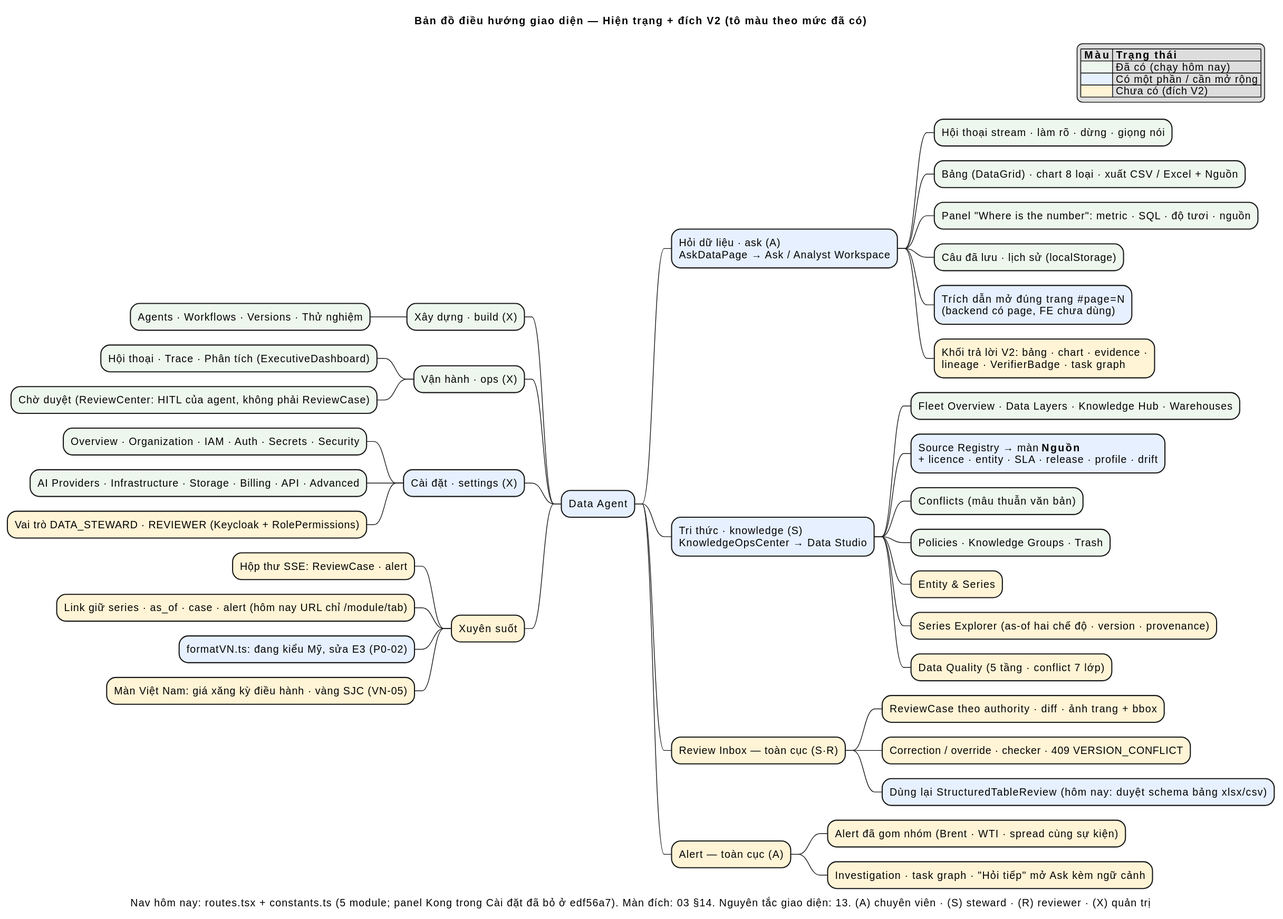
Before: docs/v2/diagrams/20-ui-ia.svg, a diagram exported from PlantUML (affkjuhyt/Data-Agent). Its diagram source:
```plantuml
@startmindmap 20-ui-ia
title Bản đồ điều hướng giao diện — Hiện trạng + đích V2 (tô màu theo mức đã có)
caption Nav hôm nay: routes.tsx + constants.ts (5 module; panel Kong trong Cài đặt đã bỏ ở edf56a7). Màn đích: 03 §14. Nguyên tắc giao diện: 13. (A) chuyên viên · (S) steward · (R) reviewer · (X) quản trị
legend top right
  |= Màu |= Trạng thái |
  |<#EEF7EE> | Đã có (chạy hôm nay) |
  |<#E6F0FF> | Có một phần / cần mở rộng |
  |<#FFF4D6> | Chưa có (đích V2) |
endlegend

*[#E6F0FF] Data Agent

**[#E6F0FF] Hỏi dữ liệu · ask (A)\nAskDataPage → Ask / Analyst Workspace
***[#EEF7EE] Hội thoại stream · làm rõ · dừng · giọng nói
***[#EEF7EE] Bảng (DataGrid) · chart 8 loại · xuất CSV / Excel + Nguồn
***[#EEF7EE] Panel "Where is the number": metric · SQL · độ tươi · nguồn
***[#EEF7EE] Câu đã lưu · lịch sử (localStorage)
***[#E6F0FF] Trích dẫn mở đúng trang #page=N\n(backend có page, FE chưa dùng)
***[#FFF4D6] Khối trả lời V2: bảng · chart · evidence ·\nlineage · VerifierBadge · task graph

**[#E6F0FF] Tri thức · knowledge (S)\nKnowledgeOpsCenter → Data Studio
***[#EEF7EE] Fleet Overview · Data Layers · Knowledge Hub · Warehouses
***[#E6F0FF] Source Registry → màn **Nguồn**\n+ licence · entity · SLA · release · profile · drift
***[#EEF7EE] Conflicts (mâu thuẫn văn bản)
***[#EEF7EE] Policies · Knowledge Groups · Trash
***[#FFF4D6] Entity & Series
***[#FFF4D6] Series Explorer (as-of hai chế độ · version · provenance)
***[#FFF4D6] Data Quality (5 tầng · conflict 7 lớp)

**[#FFF4D6] Review Inbox — toàn cục (S·R)
***[#FFF4D6] ReviewCase theo authority · diff · ảnh trang + bbox
***[#FFF4D6] Correction / override · checker · 409 VERSION_CONFLICT
***[#E6F0FF] Dùng lại StructuredTableReview (hôm nay: duyệt schema bảng xlsx/csv)

**[#FFF4D6] Alert — toàn cục (A)
***[#FFF4D6] Alert đã gom nhóm (Brent · WTI · spread cùng sự kiện)
***[#FFF4D6] Investigation · task graph · "Hỏi tiếp" mở Ask kèm ngữ cảnh

left side

**[#EEF7EE] Xây dựng · build (X)
***[#EEF7EE] Agents · Workflows · Versions · Thử nghiệm

**[#EEF7EE] Vận hành · ops (X)
***[#EEF7EE] Hội thoại · Trace · Phân tích (ExecutiveDashboard)
***[#EEF7EE] Chờ duyệt (ReviewCenter: HITL của agent, không phải ReviewCase)

**[#E6F0FF] Cài đặt · settings (X)
***[#EEF7EE] Overview · Organization · IAM · Auth · Secrets · Security
***[#EEF7EE] AI Providers · Infrastructure · Storage · Billing · API · Advanced
***[#FFF4D6] Vai trò DATA_STEWARD · REVIEWER (Keycloak + RolePermissions)

**[#FFF4D6] Xuyên suốt
***[#FFF4D6] Hộp thư SSE: ReviewCase · alert
***[#FFF4D6] Link giữ series · as_of · case · alert (hôm nay URL chỉ /module/tab)
***[#E6F0FF] formatVN.ts: đang kiểu Mỹ, sửa E3 (P0-02)
***[#FFF4D6] Màn Việt Nam: giá xăng kỳ điều hành · vàng SJC (VN-05)
@endmindmap
```
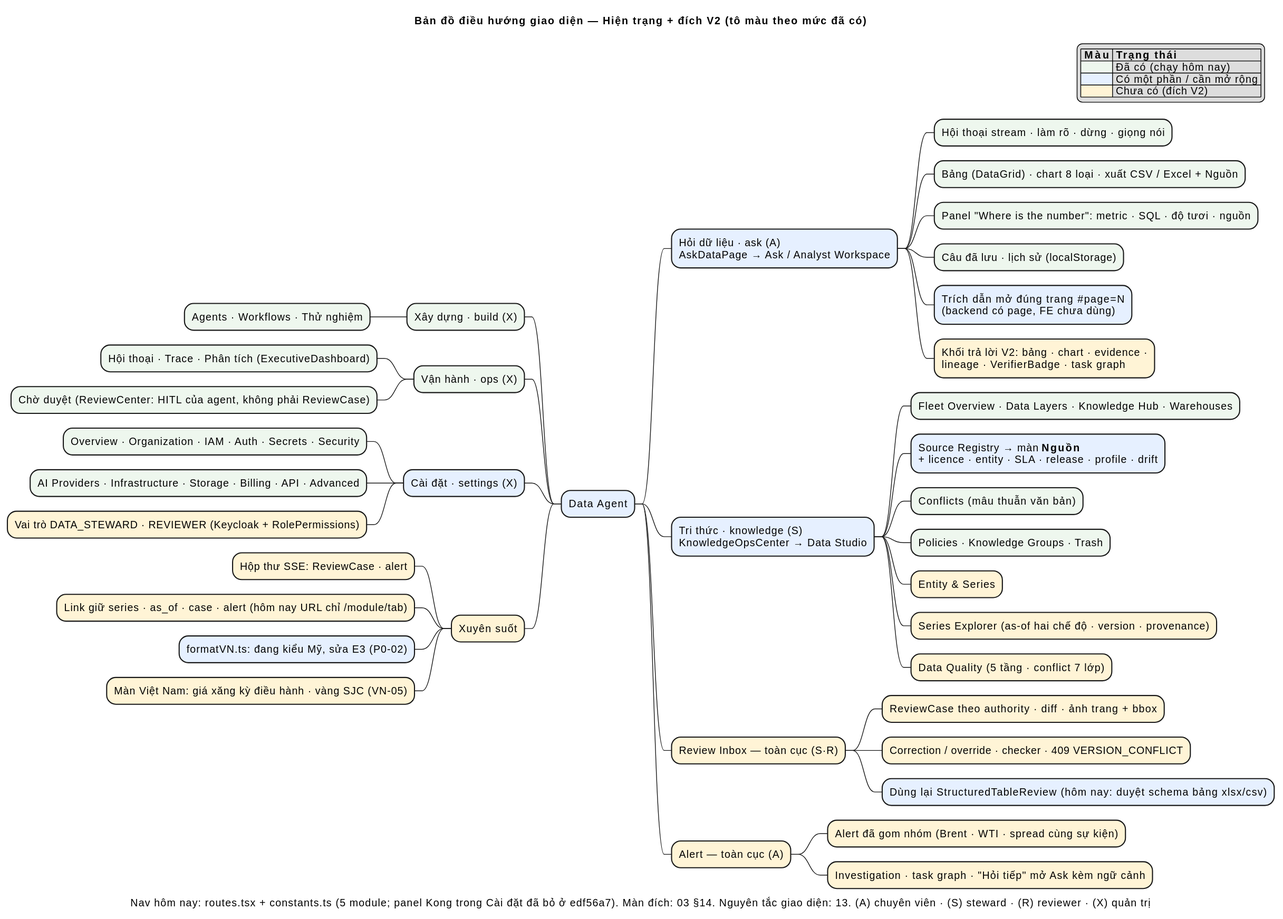
The same file after the commit.

Change to the diagram source:
```diff
@@ -39,7 +39,7 @@
 left side
 
 **[#EEF7EE] Xây dựng · build (X)
-***[#EEF7EE] Agents · Workflows · Versions · Thử nghiệm
+***[#EEF7EE] Agents · Workflows · Thử nghiệm
 
 **[#EEF7EE] Vận hành · ops (X)
 ***[#EEF7EE] Hội thoại · Trace · Phân tích (ExecutiveDashboard)
```
